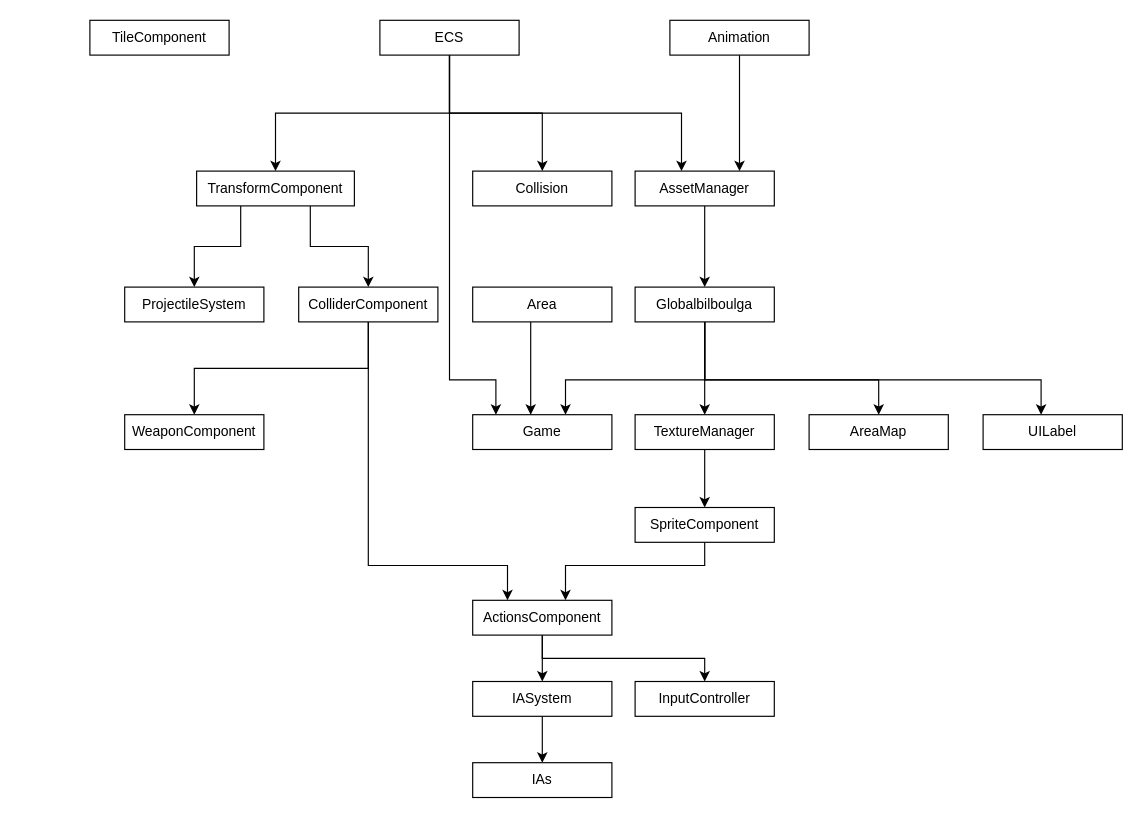
Above: UML/Includes.drawio in abastienIIT/Roguelike (draw.io), before the change. Source tidied: cells renumbered, new cells numbered last; positions are measured from the earlier drawing's top-left corner, leaving out a move shared by most shapes. Both pictures are drawn from the tidied source at 116%, with x=0, y=0 at pixel (89, 20).
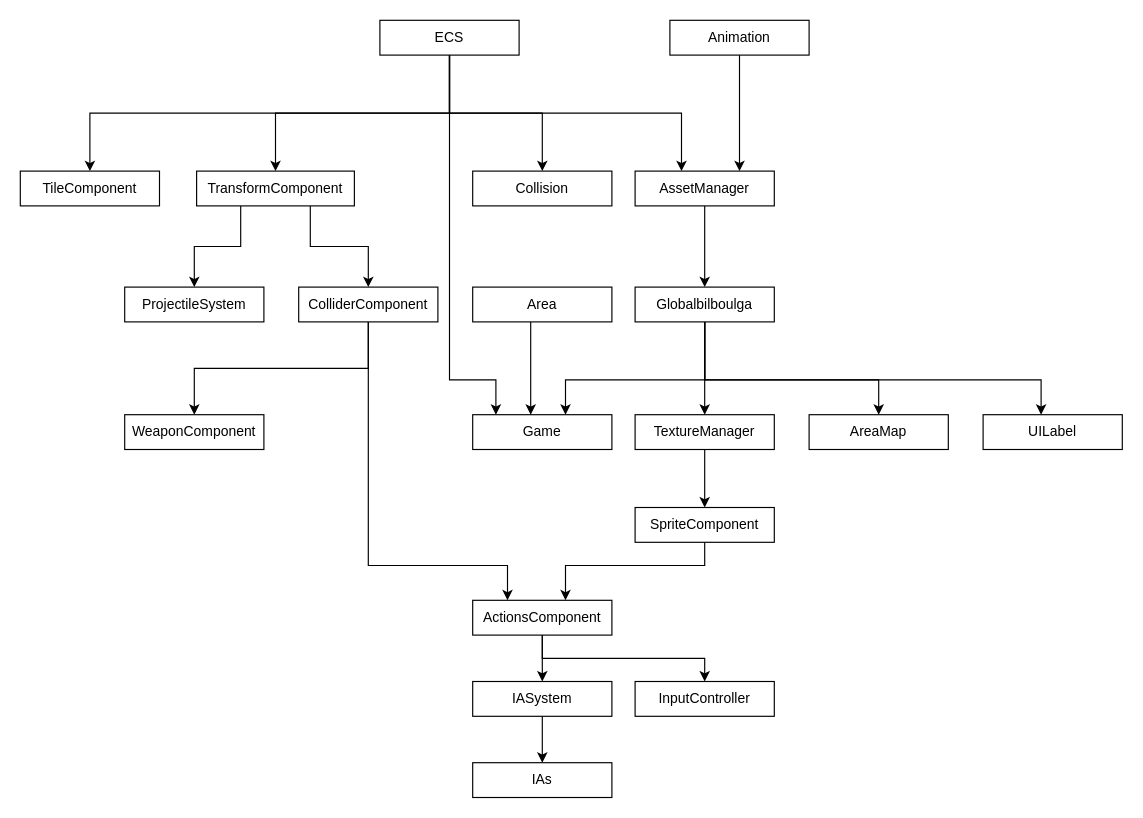
Above is the later version.

The change refers to these unchanged cells:
```xml
<mxCell id="36" value="ECS" style="rounded=0;whiteSpace=wrap;html=1;" parent="1" vertex="1">
  <mxGeometry x="250" width="120" height="30" as="geometry" />
</mxCell>
```

The edit, as a diff of the source:
```diff
@@
     <mxCell id="10" value="TileComponent" style="rounded=0;whiteSpace=wrap;html=1;" parent="1" vertex="1">
-      <mxGeometry width="120" height="30" as="geometry" />
+      <mxGeometry x="-60" y="130" width="120" height="30" as="geometry" />
     </mxCell>
@@
+    <mxCell id="42" style="edgeStyle=orthogonalEdgeStyle;rounded=0;jettySize=auto;html=1;exitX=0.5;exitY=1;exitDx=0;exitDy=0;entryX=0.5;entryY=0;entryDx=0;entryDy=0;" parent="1" edge="1" source="36" target="10">
+      <mxGeometry relative="1" as="geometry" />
+    </mxCell>
```
